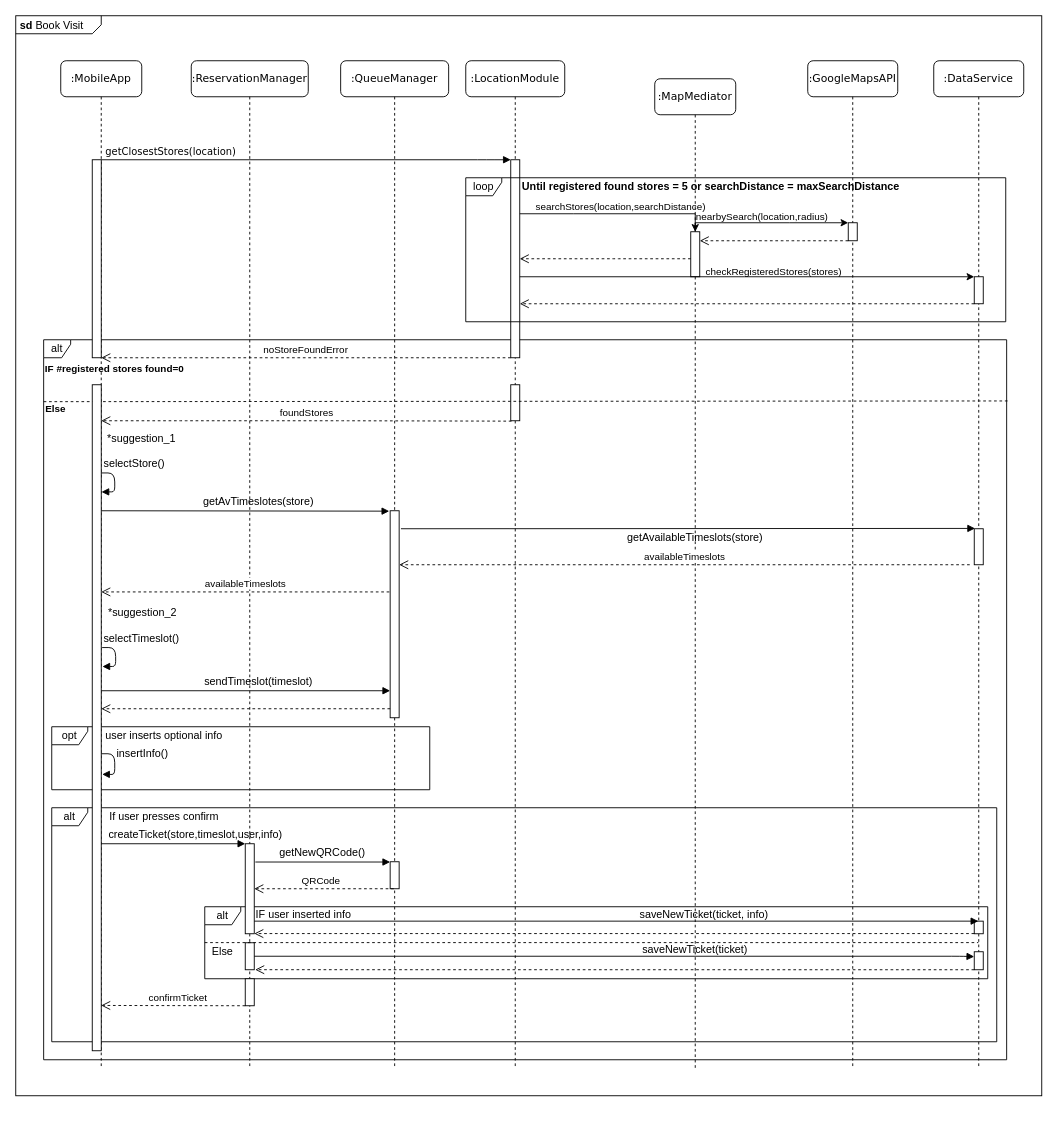
The draw.io diagram Relevant DD information/Sequence Diagrams/DrawIO/bookVisitSeq.drawio in EtionPinari/PinariRomeoSbrolli, before the edit. Source tidied: cells renumbered, new cells numbered last; positions are measured from the earlier drawing's top-left corner, leaving out a move shared by most shapes. Both pictures are drawn from the tidied source at 90%, with x=0, y=0 at pixel (15, 15).
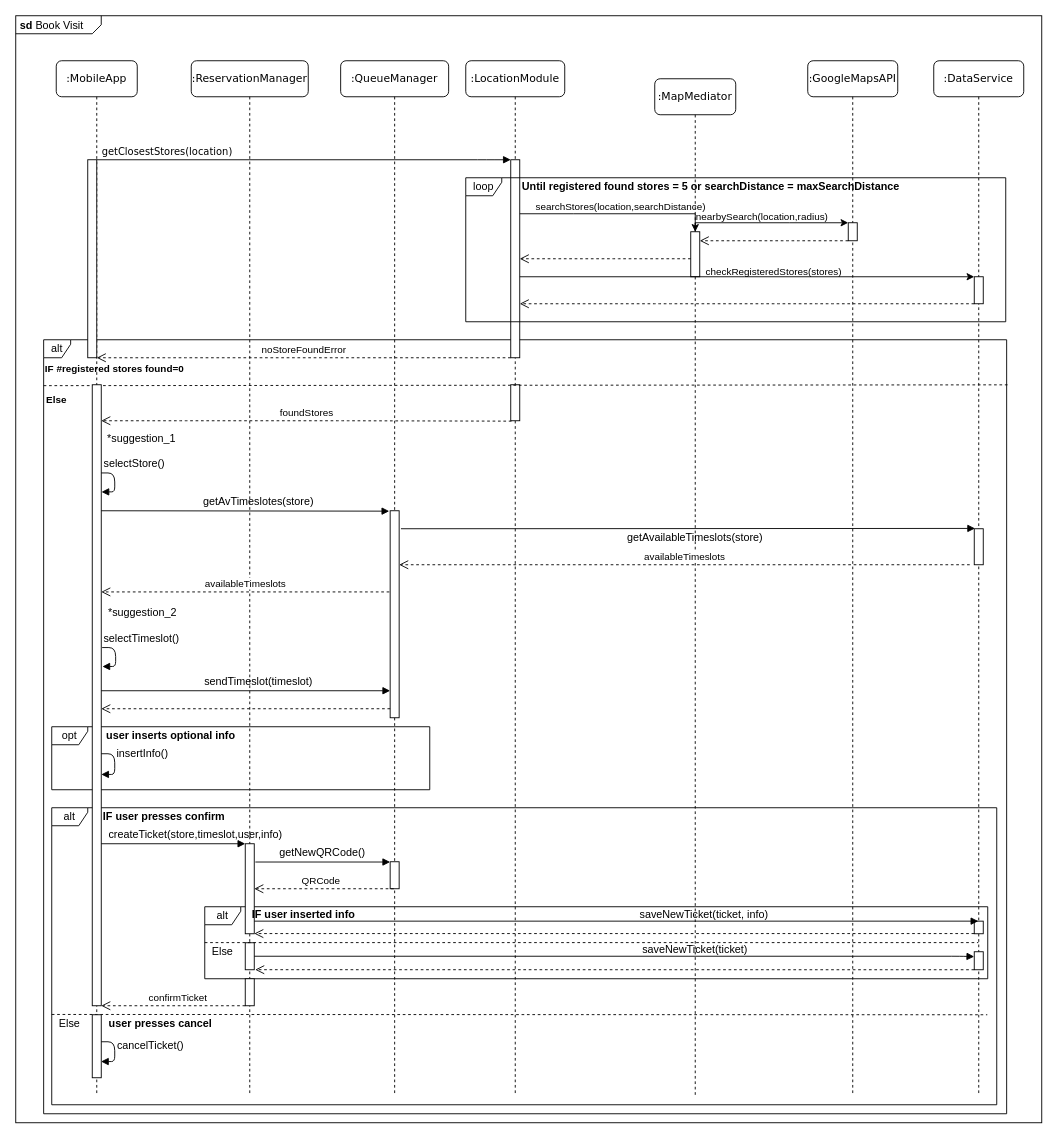
After the change.

Commit message (it also covers changes not shown here):
fix sequence diagrams

What changed in the source:
```diff
@@
     <mxCell id="2" value="&lt;p style=&quot;margin: 0px ; margin-top: 4px ; margin-left: 5px ; text-align: left&quot;&gt;&lt;b&gt;sd&lt;/b&gt;&amp;nbsp;Book Visit&lt;/p&gt;" style="html=1;shape=mxgraph.sysml.package;overflow=fill;labelX=95;align=left;spacingLeft=5;verticalAlign=top;spacingTop=-3;" parent="1" vertex="1">
-      <mxGeometry width="1140" height="1200" as="geometry" />
+      <mxGeometry width="1140" height="1230" as="geometry" />
     </mxCell>
     <mxCell id="3" value="alt" style="shape=umlFrame;whiteSpace=wrap;html=1;labelBackgroundColor=none;width=30;height=20;" parent="1" vertex="1">
-      <mxGeometry x="31" y="360" width="1070" height="800" as="geometry" />
+      <mxGeometry x="31" y="360" width="1070" height="860" as="geometry" />
     </mxCell>
     <mxCell id="4" value="alt" style="shape=umlFrame;whiteSpace=wrap;html=1;width=40;height=20;" parent="1" vertex="1">
-      <mxGeometry x="40" y="880" width="1050" height="260" as="geometry" />
+      <mxGeometry x="40" y="880" width="1050" height="330" as="geometry" />
     </mxCell>
@@
     <mxCell id="7" value=":ReservationManager" style="shape=umlLifeline;perimeter=lifelinePerimeter;whiteSpace=wrap;html=1;rounded=1;shadow=0;comic=0;labelBackgroundColor=none;strokeWidth=1;fontFamily=Verdana;fontSize=12;align=center;" parent="1" vertex="1">
-      <mxGeometry x="195" y="50" width="130" height="1120" as="geometry" />
+      <mxGeometry x="195" y="50" width="130" height="1150" as="geometry" />
     </mxCell>
@@
     <mxCell id="10" value=":QueueManager" style="shape=umlLifeline;perimeter=lifelinePerimeter;whiteSpace=wrap;html=1;rounded=1;shadow=0;comic=0;labelBackgroundColor=none;strokeWidth=1;fontFamily=Verdana;fontSize=12;align=center;" parent="1" vertex="1">
-      <mxGeometry x="361" y="50" width="120" height="1120" as="geometry" />
+      <mxGeometry x="361" y="50" width="120" height="1150" as="geometry" />
     </mxCell>
@@
     <mxCell id="13" value=":LocationModule" style="shape=umlLifeline;perimeter=lifelinePerimeter;whiteSpace=wrap;html=1;rounded=1;shadow=0;comic=0;labelBackgroundColor=none;strokeWidth=1;fontFamily=Verdana;fontSize=12;align=center;" parent="1" vertex="1">
-      <mxGeometry x="500" y="50" width="110" height="1120" as="geometry" />
+      <mxGeometry x="500" y="50" width="110" height="1150" as="geometry" />
     </mxCell>
@@
     <mxCell id="16" value=":MapMediator" style="shape=umlLifeline;perimeter=lifelinePerimeter;whiteSpace=wrap;html=1;rounded=1;shadow=0;comic=0;labelBackgroundColor=none;strokeWidth=1;fontFamily=Verdana;fontSize=12;align=center;" parent="1" vertex="1">
-      <mxGeometry x="710" y="70" width="90" height="1100" as="geometry" />
+      <mxGeometry x="710" y="70" width="90" height="1130" as="geometry" />
     </mxCell>
@@
     <mxCell id="19" value=":GoogleMapsAPI" style="shape=umlLifeline;perimeter=lifelinePerimeter;whiteSpace=wrap;html=1;rounded=1;shadow=0;comic=0;labelBackgroundColor=none;strokeWidth=1;fontFamily=Verdana;fontSize=12;align=center;" parent="1" vertex="1">
-      <mxGeometry x="880" y="50" width="100" height="1120" as="geometry" />
+      <mxGeometry x="880" y="50" width="100" height="1150" as="geometry" />
     </mxCell>
@@
     <mxCell id="21" value=":DataService" style="shape=umlLifeline;perimeter=lifelinePerimeter;whiteSpace=wrap;html=1;outlineConnect=0;rounded=1;shadow=0;comic=0;labelBackgroundColor=none;strokeWidth=1;fontFamily=Verdana;fontSize=12;align=center;" parent="1" vertex="1">
-      <mxGeometry x="1020" y="50" width="100" height="1120" as="geometry" />
+      <mxGeometry x="1020" y="50" width="100" height="1150" as="geometry" />
     </mxCell>
@@
     <mxCell id="25" value=":MobileApp" style="shape=umlLifeline;perimeter=lifelinePerimeter;whiteSpace=wrap;html=1;rounded=1;shadow=0;comic=0;labelBackgroundColor=none;strokeWidth=1;fontFamily=Verdana;fontSize=12;align=center;" parent="1" vertex="1">
-      <mxGeometry x="50" y="50" width="90" height="1120" as="geometry" />
+      <mxGeometry x="45" y="50" width="90" height="1150" as="geometry" />
     </mxCell>
@@
-    <mxCell id="40" style="endArrow=none;dashed=1;html=1;fontSize=11;exitX=0;exitY=0.086;exitDx=0;exitDy=0;exitPerimeter=0;entryX=1.002;entryY=0.085;entryDx=0;entryDy=0;entryPerimeter=0;" parent="1" edge="1" source="3" target="3">
-      <mxGeometry relative="1" as="geometry" />
+    <mxCell id="40" style="endArrow=none;dashed=1;html=1;fontSize=11;exitX=0;exitY=0.086;exitDx=0;exitDy=0;exitPerimeter=0;entryX=1.002;entryY=0.085;entryDx=0;entryDy=0;entryPerimeter=0;" parent="1" edge="1">
+      <mxGeometry relative="1" as="geometry">
+        <mxPoint x="31" y="411" as="sourcePoint" />
+        <mxPoint x="1103.1" y="410.1" as="targetPoint" />
+      </mxGeometry>
     </mxCell>
     <mxCell id="41" value="Else" style="text;html=1;strokeColor=none;fillColor=none;align=center;verticalAlign=middle;whiteSpace=wrap;rounded=0;labelBackgroundColor=none;fontStyle=1;fontSize=11;" parent="1" vertex="1">
-      <mxGeometry x="30" y="430" width="29" height="13" as="geometry" />
+      <mxGeometry x="31" y="420" width="29" height="13" as="geometry" />
     </mxCell>
@@
     <mxCell id="44" style="html=1;points=[];perimeter=orthogonalPerimeter;" parent="1" vertex="1">
-      <mxGeometry x="85" y="410" width="10" height="740" as="geometry" />
+      <mxGeometry x="85" y="410" width="10" height="690" as="geometry" />
     </mxCell>
@@
-    <mxCell id="60" value="user inserts optional info" style="text;html=1;strokeColor=none;fillColor=none;align=center;verticalAlign=middle;whiteSpace=wrap;rounded=0;" parent="1" vertex="1">
-      <mxGeometry x="95" y="790" width="140" height="20" as="geometry" />
+    <mxCell id="60" value="&lt;b&gt;user inserts optional info&lt;/b&gt;" style="text;html=1;strokeColor=none;fillColor=none;align=center;verticalAlign=middle;whiteSpace=wrap;rounded=0;" parent="1" vertex="1">
+      <mxGeometry x="95" y="790" width="155" height="20" as="geometry" />
     </mxCell>
-    <mxCell id="61" value="If user presses confirm" style="text;html=1;strokeColor=none;fillColor=none;align=center;verticalAlign=middle;whiteSpace=wrap;rounded=0;" parent="1" vertex="1">
+    <mxCell id="61" value="&lt;b&gt;IF user presses confirm&lt;/b&gt;" style="text;html=1;strokeColor=none;fillColor=none;align=center;verticalAlign=middle;whiteSpace=wrap;rounded=0;" parent="1" vertex="1">
       <mxGeometry x="95" y="880" width="140" height="20" as="geometry" />
     </mxCell>
-    <mxCell id="62" style="endArrow=block;endFill=1;endSize=6;html=1;entryX=1.102;entryY=0.585;entryDx=0;entryDy=0;entryPerimeter=0;" parent="1" edge="1" target="44">
+    <mxCell id="62" style="endArrow=block;endFill=1;endSize=6;html=1;" parent="1" edge="1" source="44" target="44">
       <mxGeometry relative="1" as="geometry">
-        <mxPoint x="95" y="820" as="sourcePoint" />
         <Array as="points">
           <mxPoint x="110" y="820" />
           <mxPoint x="110" y="843" />
         </Array>
       </mxGeometry>
     </mxCell>
@@
-    <mxCell id="73" value="IF user inserted info" style="text;html=1;strokeColor=none;fillColor=none;align=center;verticalAlign=middle;whiteSpace=wrap;rounded=0;dashed=1;" parent="1" vertex="1">
+    <mxCell id="73" value="&lt;b&gt;IF user inserted info&lt;/b&gt;" style="text;html=1;strokeColor=none;fillColor=none;align=center;verticalAlign=middle;whiteSpace=wrap;rounded=0;dashed=1;" parent="1" vertex="1">
       <mxGeometry x="260" y="989" width="120" height="20" as="geometry" />
     </mxCell>
@@
-    <mxCell id="79" value="confirmTicket" style="html=1;verticalAlign=bottom;endArrow=open;dashed=1;endSize=8;entryX=0.989;entryY=0.932;entryDx=0;entryDy=0;entryPerimeter=0;" parent="1" edge="1" target="44">
+    <mxCell id="79" value="confirmTicket" style="html=1;verticalAlign=bottom;endArrow=open;dashed=1;endSize=8;" parent="1" edge="1" target="44">
       <mxGeometry x="-0.06" relative="1" as="geometry">
         <mxPoint x="255" y="1100" as="sourcePoint" />
       </mxGeometry>
     </mxCell>
+    <mxCell id="80" style="endArrow=none;dashed=1;html=1;entryX=0.99;entryY=0.697;entryDx=0;entryDy=0;entryPerimeter=0;exitX=0;exitY=0.696;exitDx=0;exitDy=0;exitPerimeter=0;" parent="1" edge="1" source="4" target="4">
+      <mxGeometry relative="1" as="geometry" />
+    </mxCell>
+    <mxCell id="81" value="Else" style="text;html=1;strokeColor=none;fillColor=none;align=center;verticalAlign=middle;whiteSpace=wrap;rounded=0;" parent="1" vertex="1">
+      <mxGeometry x="40" y="1110" width="40" height="20" as="geometry" />
+    </mxCell>
+    <mxCell id="82" value="&lt;b&gt;user presses cancel&lt;/b&gt;" style="text;html=1;strokeColor=none;fillColor=none;align=center;verticalAlign=middle;whiteSpace=wrap;rounded=0;" parent="1" vertex="1">
+      <mxGeometry x="101" y="1110" width="120" height="20" as="geometry" />
+    </mxCell>
+    <mxCell id="83" style="html=1;points=[];perimeter=orthogonalPerimeter;" parent="1" vertex="1">
+      <mxGeometry x="85" y="1110" width="10" height="70" as="geometry" />
+    </mxCell>
+    <mxCell id="84" style="html=1;verticalAlign=bottom;endArrow=block;entryX=0.976;entryY=0.743;entryDx=0;entryDy=0;entryPerimeter=0;" parent="1" edge="1" target="83">
+      <mxGeometry relative="1" as="geometry">
+        <mxPoint x="95" y="1140" as="sourcePoint" />
+        <Array as="points">
+          <mxPoint x="110" y="1140" />
+          <mxPoint x="110" y="1162" />
+        </Array>
+      </mxGeometry>
+    </mxCell>
+    <mxCell id="85" value="cancelTicket()" style="text;html=1;strokeColor=none;fillColor=none;align=center;verticalAlign=middle;whiteSpace=wrap;rounded=0;" parent="1" vertex="1">
+      <mxGeometry x="130" y="1135" width="40" height="20" as="geometry" />
+    </mxCell>
```
